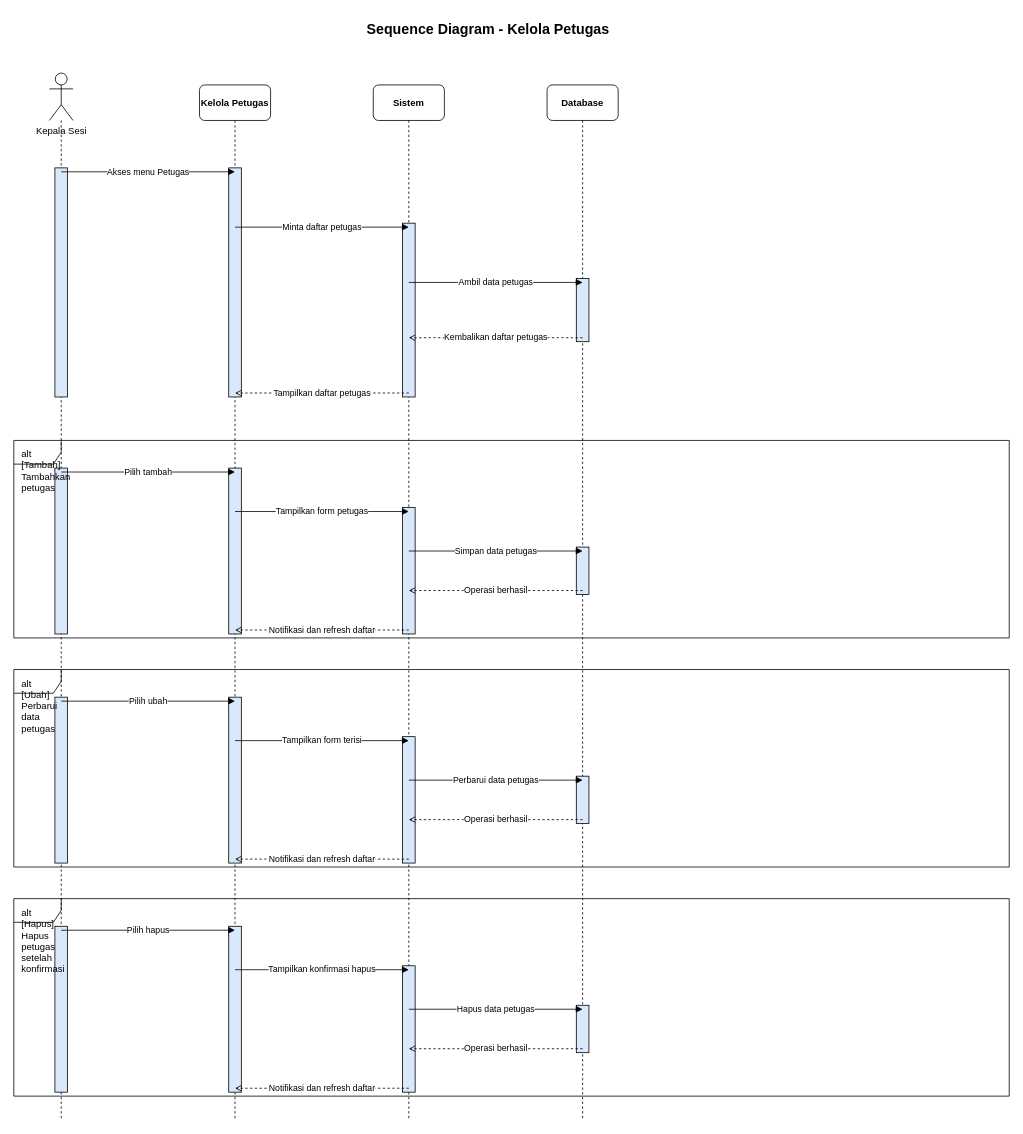
The draw.io diagram page "kelola_petugas" (9 of 11) of diagram/sequence_diagram/sequence_rad_revised_v2.drawio in gdamar/laporan-ekinerja, before the edit. Source tidied: cells renumbered, new cells numbered last; positions are measured from the earlier drawing's top-left corner, leaving out a move shared by most shapes. Both pictures are drawn from the tidied source at 79%, with x=0, y=0 at pixel (13, 13).
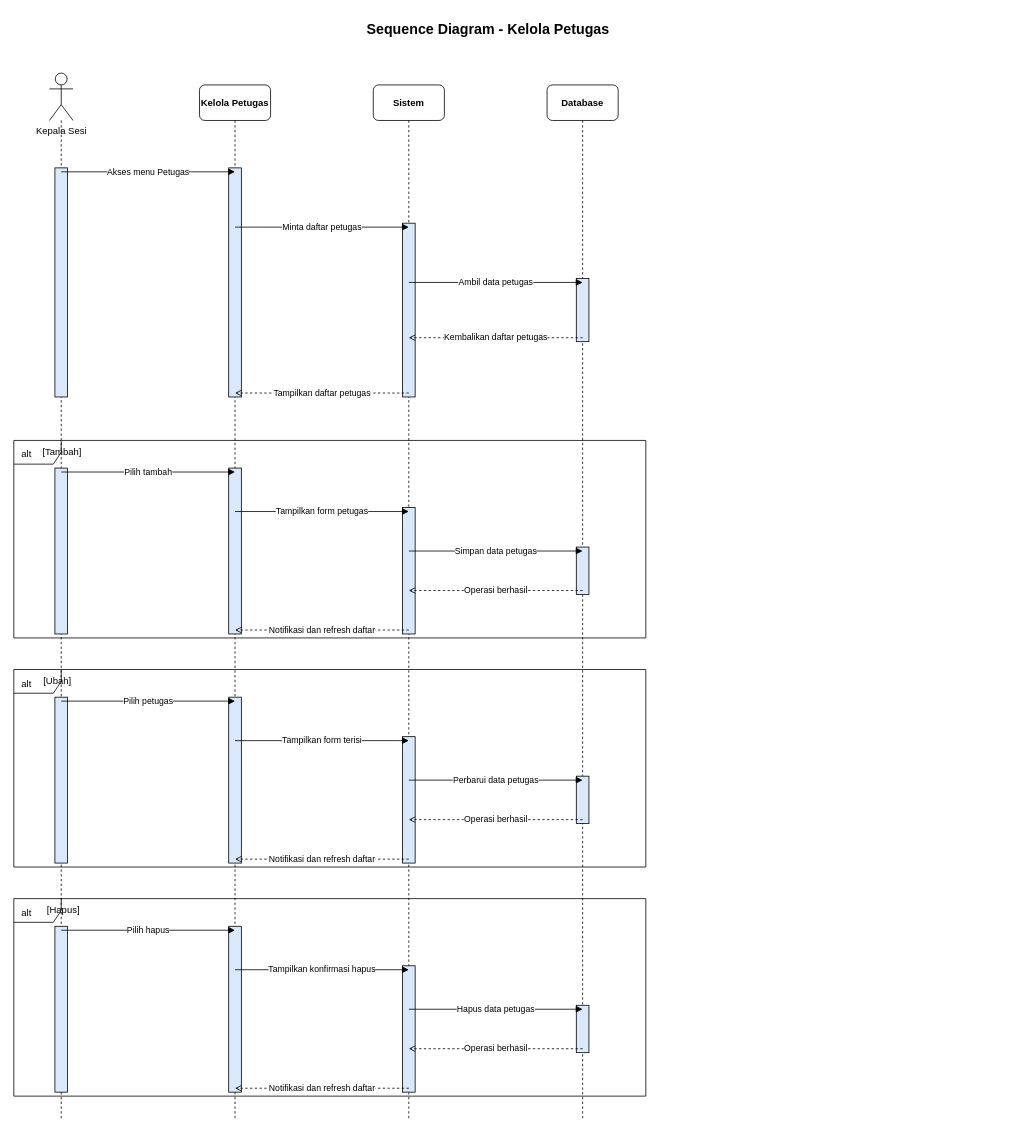
The same diagram, later.

The edit, as a diff of the source:
```diff
@@
-    <mxCell id="27" value="alt [Tambah] Tambahkan petugas" style="shape=umlFrame;whiteSpace=wrap;html=1;fillColor=none;strokeColor=#000000;fontColor=#000000;boundedLbl=1;verticalAlign=top;align=left;spacingLeft=8;spacingTop=4;" parent="1" vertex="1">
-      <mxGeometry y="540" width="1260" height="250" as="geometry" />
+    <mxCell id="27" value="alt" style="shape=umlFrame;whiteSpace=wrap;html=1;fillColor=none;strokeColor=#000000;fontColor=#000000;boundedLbl=1;verticalAlign=top;align=left;spacingLeft=8;spacingTop=4;" parent="1" vertex="1">
+      <mxGeometry y="540" width="800" height="250" as="geometry" />
     </mxCell>
+    <mxCell id="50" value="&lt;span style=&quot;text-align: left;&quot;&gt;[Tambah]&amp;nbsp;&lt;/span&gt;" style="text;html=1;whiteSpace=wrap;strokeColor=none;fillColor=none;align=center;verticalAlign=middle;rounded=0;fontColor=light-dark(#000000,#FFFFFF);" parent="27" vertex="1">
+      <mxGeometry x="44.4" width="38.1" height="30" as="geometry" />
+    </mxCell>
-    <mxCell id="28" value="alt [Ubah] Perbarui data petugas" style="shape=umlFrame;whiteSpace=wrap;html=1;fillColor=none;strokeColor=#000000;fontColor=#000000;boundedLbl=1;verticalAlign=top;align=left;spacingLeft=8;spacingTop=4;" parent="1" vertex="1">
-      <mxGeometry y="830" width="1260" height="250" as="geometry" />
+    <mxCell id="28" value="alt" style="shape=umlFrame;whiteSpace=wrap;html=1;fillColor=none;strokeColor=#000000;fontColor=#000000;boundedLbl=1;verticalAlign=top;align=left;spacingLeft=8;spacingTop=4;" parent="1" vertex="1">
+      <mxGeometry y="830" width="800" height="250" as="geometry" />
     </mxCell>
+    <mxCell id="51" value="&lt;span style=&quot;text-align: left;&quot;&gt;[Ubah]&amp;nbsp;&lt;/span&gt;" style="text;html=1;whiteSpace=wrap;strokeColor=none;fillColor=none;align=center;verticalAlign=middle;rounded=0;fontColor=light-dark(#000000,#FFFFFF);" parent="28" vertex="1">
+      <mxGeometry x="38.1" width="38.1" height="30" as="geometry" />
+    </mxCell>
-    <mxCell id="29" value="alt [Hapus] Hapus petugas setelah konfirmasi" style="shape=umlFrame;whiteSpace=wrap;html=1;fillColor=none;strokeColor=#000000;fontColor=#000000;boundedLbl=1;verticalAlign=top;align=left;spacingLeft=8;spacingTop=4;" parent="1" vertex="1">
-      <mxGeometry y="1120" width="1260" height="250" as="geometry" />
+    <mxCell id="29" value="alt" style="shape=umlFrame;whiteSpace=wrap;html=1;fillColor=none;strokeColor=#000000;fontColor=#000000;boundedLbl=1;verticalAlign=top;align=left;spacingLeft=8;spacingTop=4;" parent="1" vertex="1">
+      <mxGeometry y="1120" width="800" height="250" as="geometry" />
     </mxCell>
+    <mxCell id="52" value="&lt;span style=&quot;text-align: left;&quot;&gt;[Hapus]&lt;/span&gt;" style="text;html=1;whiteSpace=wrap;strokeColor=none;fillColor=none;align=center;verticalAlign=middle;rounded=0;fontColor=light-dark(#000000,#FFFFFF);" parent="29" vertex="1">
+      <mxGeometry x="44.4" width="38.1" height="30" as="geometry" />
+    </mxCell>
@@
-    <mxCell id="40" value="Pilih ubah" style="edgeStyle=none;html=1;strokeColor=#000000;endArrow=block;endFill=1;" parent="1" edge="1">
+    <mxCell id="40" value="Pilih petugas" style="edgeStyle=none;html=1;strokeColor=#000000;endArrow=block;endFill=1;" parent="1" edge="1">
       <mxGeometry relative="1" as="geometry">
         <mxPoint x="60" y="870" as="sourcePoint" />
         <mxPoint x="280" y="870" as="targetPoint" />
       </mxGeometry>
     </mxCell>
```
